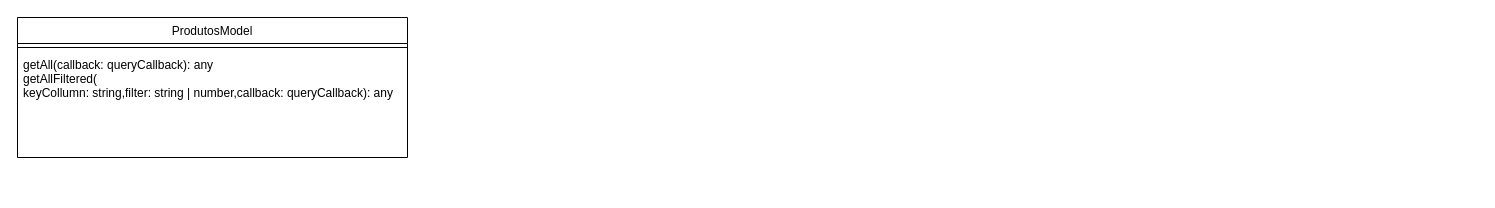
This is buceta.drawio from GustavoAndreyIF/Divino-Lanches, a draw.io file, before an edit. Source tidied: cells renumbered, new cells numbered last; positions are measured from the earlier drawing's top-left corner, leaving out a move shared by most shapes. Both pictures are drawn from the tidied source at 100%, with x=0, y=0 at pixel (17, 17).
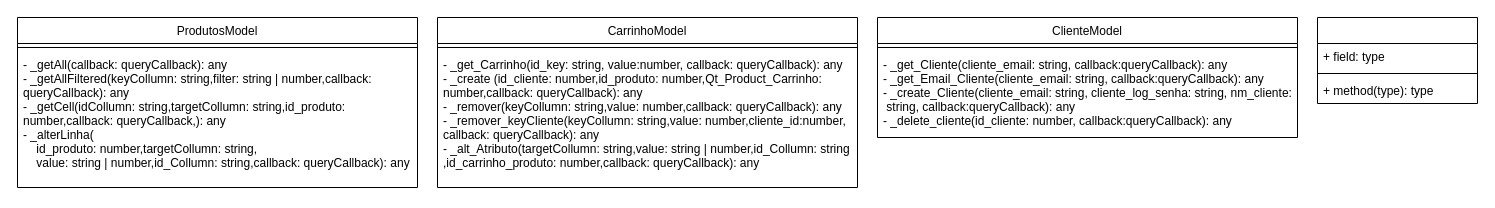
Above is the later version.

Change to the diagram source:
```diff
@@
 <mxGraphModel>
   <root>
     <mxCell id="0" />
     <mxCell id="1" parent="0" />
     <mxCell id="2" value="ProdutosModel" style="swimlane;fontStyle=0;align=center;verticalAlign=top;horizontal=1;startSize=26;rounded=0;shadow=0;strokeWidth=1;" parent="1" vertex="1">
-      <mxGeometry width="390" height="140" as="geometry" />
+      <mxGeometry width="400" height="170" as="geometry" />
     </mxCell>
     <mxCell id="3" style="line;html=1;strokeWidth=1;align=left;verticalAlign=middle;spacingTop=-1;spacingLeft=3;spacingRight=3;labelPosition=right;" parent="2" vertex="1">
-      <mxGeometry y="26" width="390" height="8" as="geometry" />
+      <mxGeometry y="26" width="400" height="8" as="geometry" />
     </mxCell>
-    <mxCell id="4" value="getAll(callback: queryCallback): any&#10;getAllFiltered(&#10;keyCollumn: string,filter: string | number,callback: queryCallback): any" style="text;align=left;verticalAlign=top;spacingLeft=4;spacingRight=4;overflow=hidden;fontStyle=0;" parent="2" vertex="1">
-      <mxGeometry y="34" width="390" height="106" as="geometry" />
+    <mxCell id="4" value="- _getAll(callback: queryCallback): any&#10;- _getAllFiltered(keyCollumn: string,filter: string | number,callback: &#10;queryCallback): any&#10;- _getCell(idCollumn: string,targetCollumn: string,id_produto: &#10;number,callback: queryCallback,): any&#10;- _alterLinha(&#10;    id_produto: number,targetCollumn: string,&#10;    value: string | number,id_Collumn: string,callback: queryCallback): any" style="text;align=left;verticalAlign=top;spacingLeft=4;spacingRight=4;overflow=hidden;fontStyle=0;" parent="2" vertex="1">
+      <mxGeometry y="34" width="400" height="136" as="geometry" />
     </mxCell>
+    <mxCell id="5" value=" CarrinhoModel " style="swimlane;fontStyle=0;align=center;verticalAlign=top;horizontal=1;startSize=26;rounded=0;shadow=0;strokeWidth=1;" parent="1" vertex="1">
+      <mxGeometry x="420" width="420" height="170" as="geometry" />
+    </mxCell>
+    <mxCell id="6" style="line;html=1;strokeWidth=1;align=left;verticalAlign=middle;spacingTop=-1;spacingLeft=3;spacingRight=3;labelPosition=right;" parent="5" vertex="1">
+      <mxGeometry y="26" width="420" height="8" as="geometry" />
+    </mxCell>
+    <mxCell id="7" value="- _get_Carrinho(id_key: string, value:number, callback: queryCallback): any&#10;- _create (id_cliente: number,id_produto: number,Qt_Product_Carrinho: &#10;number,callback: queryCallback): any&#10;- _remover(keyCollumn: string,value: number,callback: queryCallback): any&#10;- _remover_keyCliente(keyCollumn: string,value: number,cliente_id:number,&#10;callback: queryCallback): any&#10;- _alt_Atributo(targetCollumn: string,value: string | number,id_Collumn: string&#10;,id_carrinho_produto: number,callback: queryCallback): any" style="text;align=left;verticalAlign=top;spacingLeft=4;spacingRight=4;overflow=hidden;fontStyle=0;" parent="5" vertex="1">
+      <mxGeometry y="34" width="420" height="136" as="geometry" />
+    </mxCell>
+    <mxCell id="8" value="ClienteModel" style="swimlane;fontStyle=0;align=center;verticalAlign=top;horizontal=1;startSize=26;rounded=0;shadow=0;strokeWidth=1;" parent="1" vertex="1">
+      <mxGeometry x="860" width="420" height="120" as="geometry" />
+    </mxCell>
+    <mxCell id="9" style="line;html=1;strokeWidth=1;align=left;verticalAlign=middle;spacingTop=-1;spacingLeft=3;spacingRight=3;labelPosition=right;" parent="8" vertex="1">
+      <mxGeometry y="26" width="420" height="8" as="geometry" />
+    </mxCell>
+    <mxCell id="10" value="- _get_Cliente(cliente_email: string, callback:queryCallback): any&#10;- _get_Email_Cliente(cliente_email: string, callback:queryCallback): any&#10;- _create_Cliente(cliente_email: string, cliente_log_senha: string, nm_cliente:&#10; string, callback:queryCallback): any&#10;- _delete_cliente(id_cliente: number, callback:queryCallback): any&#10;" style="text;align=left;verticalAlign=top;spacingLeft=4;spacingRight=4;overflow=hidden;fontStyle=0;" parent="8" vertex="1">
+      <mxGeometry y="34" width="420" height="86" as="geometry" />
+    </mxCell>
+    <mxCell id="11" style="swimlane;fontStyle=1;align=center;verticalAlign=top;horizontal=1;startSize=26;whiteSpace=wrap;html=1;" parent="1" vertex="1">
+      <mxGeometry x="1300" width="160" height="86" as="geometry" />
+    </mxCell>
+    <mxCell id="12" value="+ field: type" style="text;strokeColor=none;fillColor=none;align=left;verticalAlign=top;spacingLeft=4;spacingRight=4;overflow=hidden;whiteSpace=wrap;html=1;" parent="11" vertex="1">
+      <mxGeometry y="26" width="160" height="26" as="geometry" />
+    </mxCell>
+    <mxCell id="13" style="line;strokeWidth=1;fillColor=none;align=left;verticalAlign=middle;spacingTop=-1;spacingLeft=3;spacingRight=3;labelPosition=right;strokeColor=inherit;" parent="11" vertex="1">
+      <mxGeometry y="52" width="160" height="8" as="geometry" />
+    </mxCell>
+    <mxCell id="14" value="+ method(type): type" style="text;strokeColor=none;fillColor=none;align=left;verticalAlign=top;spacingLeft=4;spacingRight=4;overflow=hidden;whiteSpace=wrap;html=1;" parent="11" vertex="1">
+      <mxGeometry y="60" width="160" height="26" as="geometry" />
+    </mxCell>
   </root>
 </mxGraphModel>
```
